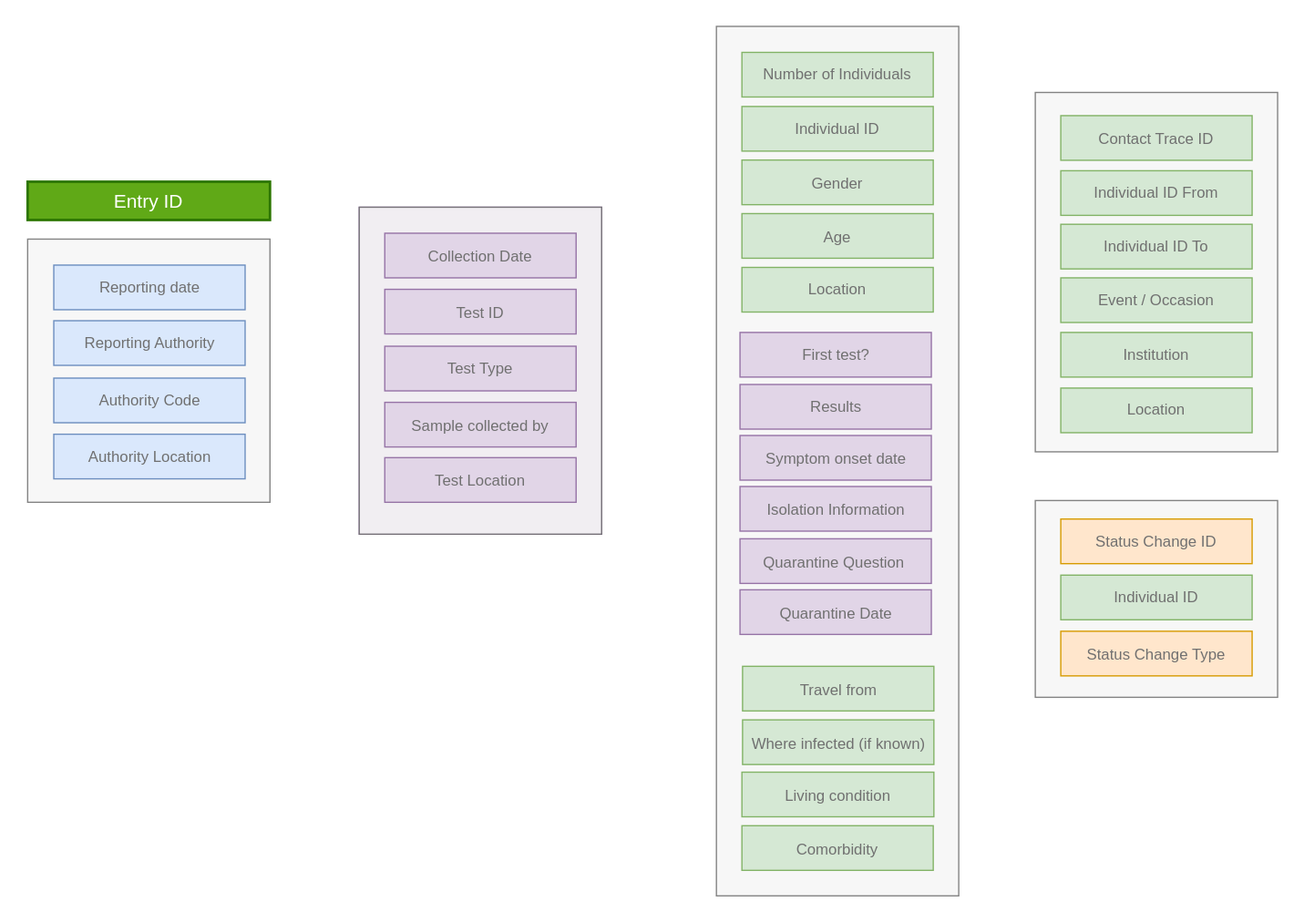
Above: Pandemic Data Reporting Standard for COVID.svg in akhavan12/discrete_covid_model (draw.io), before the change. Source tidied: cells renumbered, new cells last; positions are measured from the earlier drawing's top-left corner, leaving out a move shared by most shapes.
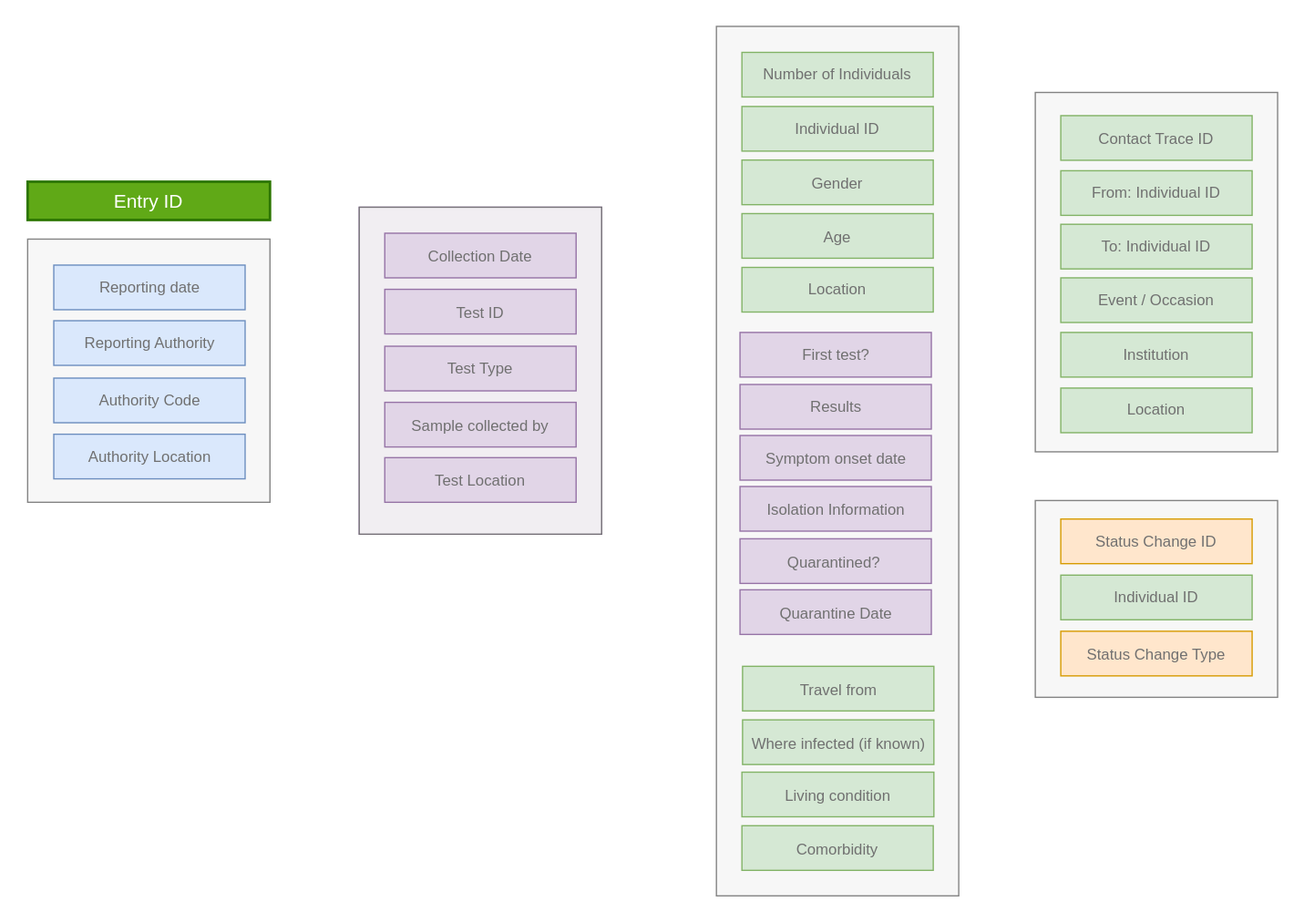
The same diagram one commit later.

The edit, as a diff of the source:
```diff
@@ -71,7 +71,7 @@
     <mxCell id="24" value="&lt;p class=&quot;p1&quot; style=&quot;margin: 0px; font-stretch: normal; font-size: 12px; line-height: normal;&quot;&gt;Comorbidity&lt;/p&gt;" style="rounded=0;html=1;whiteSpace=wrap;fontSize=12;fillColor=#d5e8d4;strokeColor=#82b366;fontColor=#707070;" parent="1" vertex="1">
       <mxGeometry x="560" y="627" width="150" height="35" as="geometry" />
     </mxCell>
-    <mxCell id="25" value="Individual ID From" style="rounded=0;html=1;whiteSpace=wrap;fontSize=12;fillColor=#d5e8d4;strokeColor=#82b366;fontColor=#707070;" parent="1" vertex="1">
+    <mxCell id="25" value="From: Individual ID" style="rounded=0;html=1;whiteSpace=wrap;fontSize=12;fillColor=#d5e8d4;strokeColor=#82b366;fontColor=#707070;" parent="1" vertex="1">
       <mxGeometry x="810" y="113.4" width="150" height="35" as="geometry" />
     </mxCell>
     <mxCell id="26" value="Results" style="rounded=0;html=1;whiteSpace=wrap;fontSize=12;fillColor=#e1d5e7;strokeColor=#9673a6;fontColor=#707070;" parent="1" vertex="1">
@@ -92,7 +92,7 @@
     <mxCell id="31" value="&lt;p class=&quot;p1&quot; style=&quot;margin: 0px; font-stretch: normal; font-size: 12px; line-height: normal;&quot;&gt;Age&lt;/p&gt;" style="rounded=0;html=1;whiteSpace=wrap;fontSize=12;fillColor=#d5e8d4;strokeColor=#82b366;fontColor=#707070;" parent="1" vertex="1">
       <mxGeometry x="560" y="147" width="150" height="35" as="geometry" />
     </mxCell>
-    <mxCell id="32" value="Individual ID To" style="rounded=0;html=1;whiteSpace=wrap;fontSize=12;fillColor=#d5e8d4;strokeColor=#82b366;fontColor=#707070;" parent="1" vertex="1">
+    <mxCell id="32" value="To: Individual ID" style="rounded=0;html=1;whiteSpace=wrap;fontSize=12;fillColor=#d5e8d4;strokeColor=#82b366;fontColor=#707070;" parent="1" vertex="1">
       <mxGeometry x="810" y="155.4" width="150" height="35" as="geometry" />
     </mxCell>
     <mxCell id="33" value="Event / Occasion" style="rounded=0;html=1;whiteSpace=wrap;fontSize=12;fillColor=#d5e8d4;strokeColor=#82b366;fontColor=#707070;" parent="1" vertex="1">
@@ -125,7 +125,7 @@
     <mxCell id="42" value="&lt;p class=&quot;p1&quot; style=&quot;margin: 0px ; font-stretch: normal ; font-size: 12px ; line-height: normal&quot;&gt;Isolation Information&lt;/p&gt;" style="rounded=0;html=1;whiteSpace=wrap;fontSize=12;fillColor=#e1d5e7;strokeColor=#9673a6;fontColor=#707070;" parent="1" vertex="1">
       <mxGeometry x="558.5" y="361" width="150" height="35" as="geometry" />
     </mxCell>
-    <mxCell id="43" value="&lt;p class=&quot;p1&quot; style=&quot;margin: 0px ; font-stretch: normal ; font-size: 12px ; line-height: normal&quot;&gt;Quarantine Question&amp;nbsp;&lt;/p&gt;" style="rounded=0;html=1;whiteSpace=wrap;fontSize=12;fillColor=#e1d5e7;strokeColor=#9673a6;fontColor=#707070;" parent="1" vertex="1">
+    <mxCell id="43" value="&lt;p class=&quot;p1&quot; style=&quot;margin: 0px ; font-stretch: normal ; font-size: 12px ; line-height: normal&quot;&gt;Quarantined?&amp;nbsp;&lt;/p&gt;" style="rounded=0;html=1;whiteSpace=wrap;fontSize=12;fillColor=#e1d5e7;strokeColor=#9673a6;fontColor=#707070;" parent="1" vertex="1">
       <mxGeometry x="558.5" y="402" width="150" height="35" as="geometry" />
     </mxCell>
     <mxCell id="44" value="&lt;p class=&quot;p1&quot; style=&quot;margin: 0px ; font-stretch: normal ; font-size: 12px ; line-height: normal&quot;&gt;Quarantine Date&lt;br&gt;&lt;/p&gt;" style="rounded=0;html=1;whiteSpace=wrap;fontSize=12;fillColor=#e1d5e7;strokeColor=#9673a6;fontColor=#707070;" parent="1" vertex="1">
```
